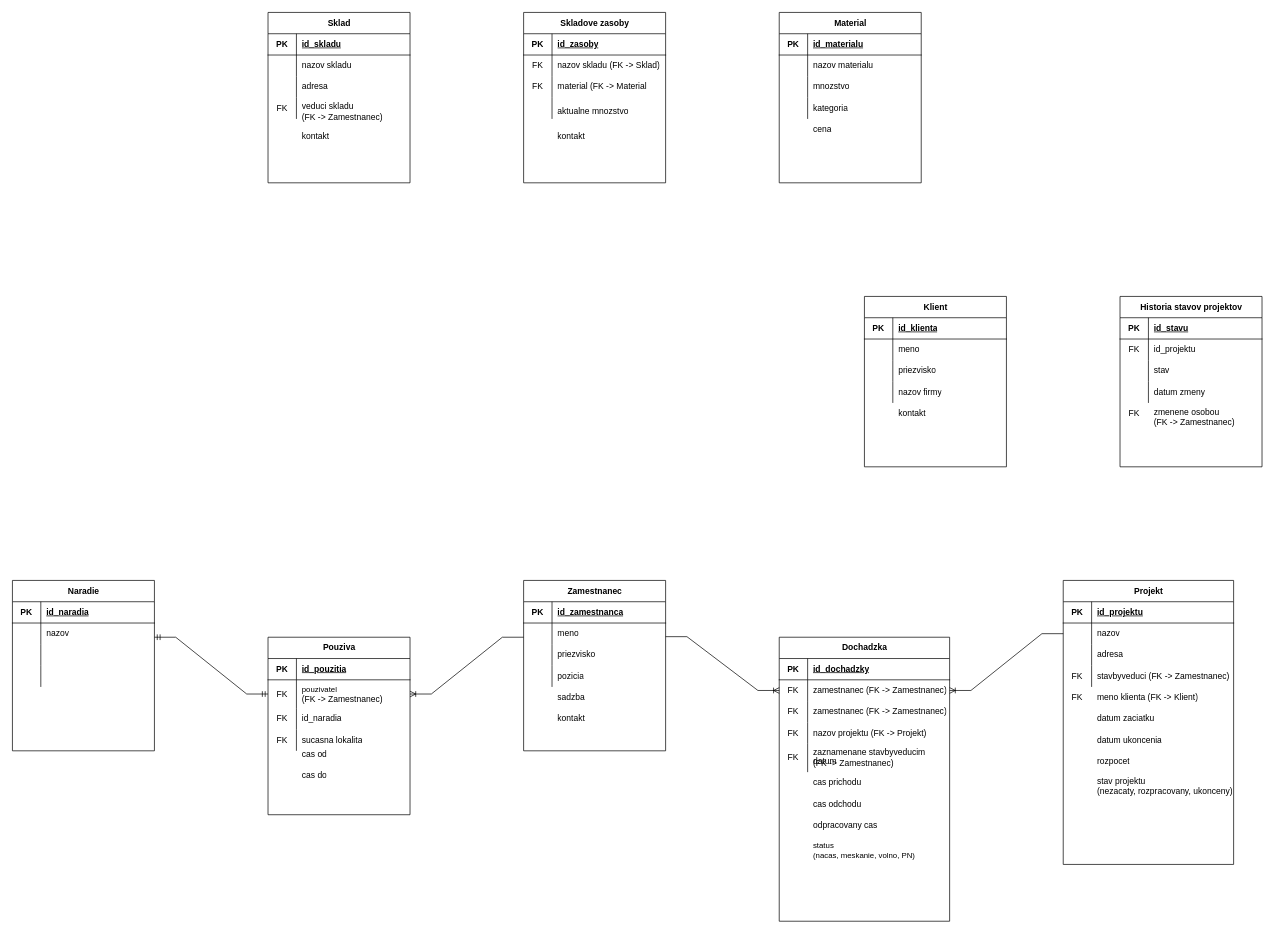
Earlier version of the draw.io diagram Untitled Diagram.drawio (Arnicek/Amcef-testovacie-zadanie). Source tidied: cells renumbered, new cells numbered last; positions are measured from the earlier drawing's top-left corner, leaving out a move shared by most shapes. Both pictures are drawn from the tidied source at 71%, with x=0, y=0 at pixel (12, 12).
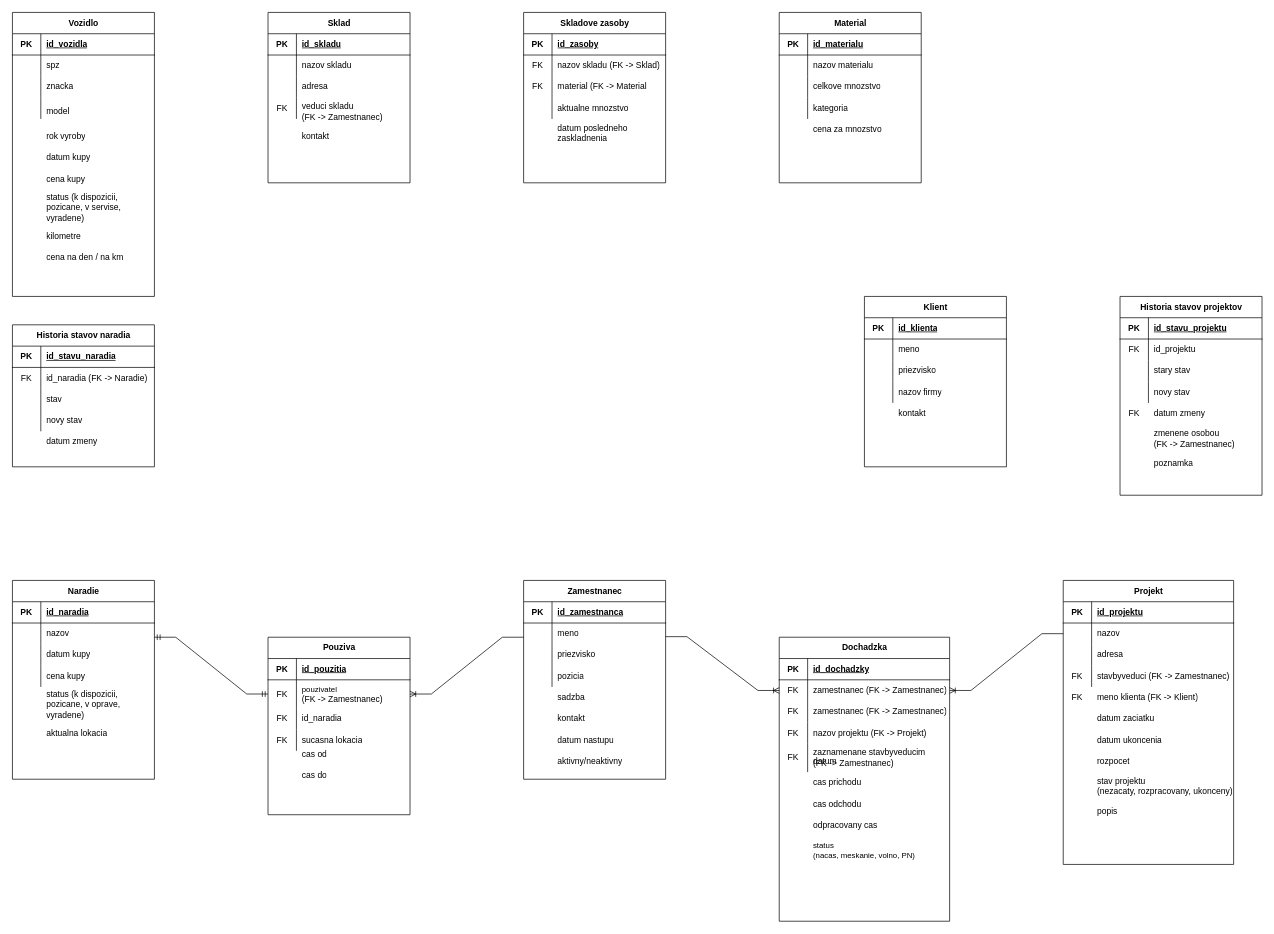
Above is the later version.

Unchanged cells that the change refers to:
```xml
<mxCell id="67" style="shape=tableRow;horizontal=0;startSize=0;swimlaneHead=0;swimlaneBody=0;fillColor=none;top=0;left=0;right=0;bottom=0;" parent="57" vertex="1">
  <mxGeometry y="130" width="200" height="30" as="geometry" />
</mxCell>
<mxCell id="79" style="shape=tableRow;horizontal=0;startSize=0;swimlaneHead=0;swimlaneBody=0;fillColor=none;top=0;left=0;right=0;bottom=0;" parent="72" vertex="1">
  <mxGeometry y="90" width="200" height="30" as="geometry" />
</mxCell>
<mxCell id="82" style="shape=tableRow;horizontal=0;startSize=0;swimlaneHead=0;swimlaneBody=0;fillColor=none;top=0;left=0;right=0;bottom=0;" parent="72" vertex="1">
  <mxGeometry y="120" width="200" height="30" as="geometry" />
</mxCell>
<mxCell id="126" style="shape=tableRow;horizontal=0;startSize=0;swimlaneHead=0;swimlaneBody=0;fillColor=none;top=0;left=0;right=0;bottom=0;" parent="119" vertex="1">
  <mxGeometry y="90" width="200" height="30" as="geometry" />
</mxCell>
<mxCell id="135" style="shape=tableRow;horizontal=0;startSize=0;swimlaneHead=0;swimlaneBody=0;fillColor=none;top=0;left=0;right=0;bottom=1;" parent="134" vertex="1">
  <mxGeometry y="30" width="200" height="30" as="geometry" />
</mxCell>
<mxCell id="141" style="shape=tableRow;horizontal=0;startSize=0;swimlaneHead=0;swimlaneBody=0;fillColor=none;top=0;left=0;right=0;bottom=0;" parent="134" vertex="1">
  <mxGeometry y="90" width="200" height="30" as="geometry" />
</mxCell>
```

Diff of the diagram source:
```diff
@@
     <mxCell id="2" value="Zamestnanec" style="shape=table;startSize=30;childLayout=tableLayout;rowLines=0;fontStyle=1;align=center;html=1;" parent="1" vertex="1">
-      <mxGeometry x="720" y="800" width="200" height="240" as="geometry" />
+      <mxGeometry x="720" y="800" width="200" height="280" as="geometry" />
     </mxCell>
@@
-    <mxCell id="69" value="sucasna lokalita" style="shape=partialRectangle;fillColor=none;top=0;left=0;bottom=0;right=0;align=left;spacingLeft=6;overflow=hidden;whiteSpace=wrap;html=1;" parent="67" vertex="1">
+    <mxCell id="69" value="sucasna lokacia" style="shape=partialRectangle;fillColor=none;top=0;left=0;bottom=0;right=0;align=left;spacingLeft=6;overflow=hidden;whiteSpace=wrap;html=1;" parent="67" vertex="1">
       <mxGeometry x="40" width="160" height="30" as="geometry" />
     </mxCell>
@@
     <mxCell id="72" value="Naradie" style="shape=table;startSize=30;childLayout=tableLayout;rowLines=0;fontStyle=1;align=center;html=1;" parent="1" vertex="1">
-      <mxGeometry y="800" width="200" height="240" as="geometry" />
+      <mxGeometry y="800" width="200" height="280" as="geometry" />
     </mxCell>
@@
-    <mxCell id="81" style="shape=partialRectangle;fillColor=none;top=0;left=0;bottom=0;right=0;align=left;spacingLeft=6;overflow=hidden;whiteSpace=wrap;html=1;" parent="79" vertex="1">
+    <mxCell id="81" value="datum kupy" style="shape=partialRectangle;fillColor=none;top=0;left=0;bottom=0;right=0;align=left;spacingLeft=6;overflow=hidden;whiteSpace=wrap;html=1;" parent="79" vertex="1">
       <mxGeometry x="40" width="160" height="30" as="geometry" />
     </mxCell>
@@
-    <mxCell id="84" style="shape=partialRectangle;fillColor=none;top=0;left=0;bottom=0;right=0;align=left;spacingLeft=6;overflow=hidden;whiteSpace=wrap;html=1;" parent="82" vertex="1">
+    <mxCell id="84" value="cena kupy" style="shape=partialRectangle;fillColor=none;top=0;left=0;bottom=0;right=0;align=left;spacingLeft=6;overflow=hidden;whiteSpace=wrap;html=1;" parent="82" vertex="1">
       <mxGeometry x="40" width="160" height="30" as="geometry" />
     </mxCell>
@@
-    <mxCell id="128" value="mnozstvo" style="shape=partialRectangle;fillColor=none;top=0;left=0;bottom=0;right=0;align=left;spacingLeft=6;overflow=hidden;whiteSpace=wrap;html=1;" parent="126" vertex="1">
+    <mxCell id="128" value="celkove mnozstvo" style="shape=partialRectangle;fillColor=none;top=0;left=0;bottom=0;right=0;align=left;spacingLeft=6;overflow=hidden;whiteSpace=wrap;html=1;" parent="126" vertex="1">
       <mxGeometry x="40" width="160" height="30" as="geometry" />
     </mxCell>
@@
-    <mxCell id="132" value="cena" style="shape=partialRectangle;fillColor=none;top=0;left=0;bottom=0;right=0;align=left;spacingLeft=6;overflow=hidden;whiteSpace=wrap;html=1;" parent="1" vertex="1">
+    <mxCell id="132" value="cena za mnozstvo" style="shape=partialRectangle;fillColor=none;top=0;left=0;bottom=0;right=0;align=left;spacingLeft=6;overflow=hidden;whiteSpace=wrap;html=1;" parent="1" vertex="1">
       <mxGeometry x="1120" y="150" width="160" height="30" as="geometry" />
     </mxCell>
@@
     <mxCell id="134" value="Historia stavov projektov" style="shape=table;startSize=30;childLayout=tableLayout;rowLines=0;fontStyle=1;align=center;html=1;" parent="1" vertex="1">
-      <mxGeometry x="1560" y="400" width="200" height="240" as="geometry" />
+      <mxGeometry x="1560" y="400" width="200" height="280" as="geometry" />
     </mxCell>
@@
-    <mxCell id="137" value="id_stavu" style="shape=partialRectangle;fillColor=none;top=0;left=0;bottom=0;right=0;align=left;spacingLeft=6;fontStyle=5;overflow=hidden;whiteSpace=wrap;html=1;" parent="135" vertex="1">
+    <mxCell id="137" value="id_stavu_projektu" style="shape=partialRectangle;fillColor=none;top=0;left=0;bottom=0;right=0;align=left;spacingLeft=6;fontStyle=5;overflow=hidden;whiteSpace=wrap;html=1;" parent="135" vertex="1">
       <mxGeometry x="40" width="160" height="30" as="geometry" />
     </mxCell>
@@
-    <mxCell id="143" value="stav" style="shape=partialRectangle;fillColor=none;top=0;left=0;bottom=0;right=0;align=left;spacingLeft=6;overflow=hidden;whiteSpace=wrap;html=1;" parent="141" vertex="1">
+    <mxCell id="143" value="stary stav" style="shape=partialRectangle;fillColor=none;top=0;left=0;bottom=0;right=0;align=left;spacingLeft=6;overflow=hidden;whiteSpace=wrap;html=1;" parent="141" vertex="1">
       <mxGeometry x="40" width="160" height="30" as="geometry" />
     </mxCell>
@@
     <mxCell id="147" value="zmenene osobou&lt;br&gt;(FK -&amp;gt; Zamestnanec)" style="shape=partialRectangle;fillColor=none;top=0;left=0;bottom=0;right=0;align=left;spacingLeft=6;overflow=hidden;whiteSpace=wrap;html=1;" parent="1" vertex="1">
-      <mxGeometry x="1600" y="550" width="160" height="40" as="geometry" />
+      <mxGeometry x="1600" y="580" width="160" height="40" as="geometry" />
     </mxCell>
@@
     <mxCell id="149" value="datum zmeny" style="shape=partialRectangle;fillColor=none;top=0;left=0;bottom=0;right=0;align=left;spacingLeft=6;overflow=hidden;whiteSpace=wrap;html=1;" parent="1" vertex="1">
-      <mxGeometry x="1600" y="520" width="160" height="30" as="geometry" />
+      <mxGeometry x="1600" y="550" width="160" height="30" as="geometry" />
     </mxCell>
@@
-    <mxCell id="163" value="kontakt" style="shape=partialRectangle;fillColor=none;top=0;left=0;bottom=0;right=0;align=left;spacingLeft=6;overflow=hidden;whiteSpace=wrap;html=1;" parent="1" vertex="1">
-      <mxGeometry x="760" y="160" width="160" height="30" as="geometry" />
-    </mxCell>
     <mxCell id="164" value="aktualne mnozstvo" style="shape=partialRectangle;fillColor=none;top=0;left=0;bottom=0;right=0;align=left;spacingLeft=6;overflow=hidden;whiteSpace=wrap;html=1;" parent="1" vertex="1">
-      <mxGeometry x="760" y="120" width="160" height="40" as="geometry" />
+      <mxGeometry x="760" y="120" width="160" height="30" as="geometry" />
     </mxCell>
+    <mxCell id="165" value="datum nastupu" style="shape=partialRectangle;fillColor=none;top=0;left=0;bottom=0;right=0;align=left;spacingLeft=6;overflow=hidden;whiteSpace=wrap;html=1;" parent="1" vertex="1">
+      <mxGeometry x="760" y="1010" width="160" height="30" as="geometry" />
+    </mxCell>
+    <mxCell id="166" value="aktivny/neaktivny" style="shape=partialRectangle;fillColor=none;top=0;left=0;bottom=0;right=0;align=left;spacingLeft=6;overflow=hidden;whiteSpace=wrap;html=1;" parent="1" vertex="1">
+      <mxGeometry x="760" y="1040" width="160" height="30" as="geometry" />
+    </mxCell>
+    <mxCell id="167" value="popis" style="shape=partialRectangle;fillColor=none;top=0;left=0;bottom=0;right=0;align=left;spacingLeft=6;overflow=hidden;whiteSpace=wrap;html=1;" parent="1" vertex="1">
+      <mxGeometry x="1520" y="1110" width="200" height="30" as="geometry" />
+    </mxCell>
+    <mxCell id="168" value="poznamka" style="shape=partialRectangle;fillColor=none;top=0;left=0;bottom=0;right=0;align=left;spacingLeft=6;overflow=hidden;whiteSpace=wrap;html=1;" parent="1" vertex="1">
+      <mxGeometry x="1600" y="620" width="160" height="30" as="geometry" />
+    </mxCell>
+    <mxCell id="169" value="novy stav" style="shape=partialRectangle;fillColor=none;top=0;left=0;bottom=0;right=0;align=left;spacingLeft=6;overflow=hidden;whiteSpace=wrap;html=1;" parent="1" vertex="1">
+      <mxGeometry x="1600" y="520" width="160" height="30" as="geometry" />
+    </mxCell>
+    <mxCell id="170" value="datum posledneho zaskladnenia" style="shape=partialRectangle;fillColor=none;top=0;left=0;bottom=0;right=0;align=left;spacingLeft=6;overflow=hidden;whiteSpace=wrap;html=1;" parent="1" vertex="1">
+      <mxGeometry x="760" y="150" width="160" height="40" as="geometry" />
+    </mxCell>
+    <mxCell id="171" value="status (k dispozicii, pozicane, v oprave, vyradene)" style="shape=partialRectangle;fillColor=none;top=0;left=0;bottom=0;right=0;align=left;spacingLeft=6;overflow=hidden;whiteSpace=wrap;html=1;" parent="1" vertex="1">
+      <mxGeometry x="40" y="950" width="160" height="50" as="geometry" />
+    </mxCell>
+    <mxCell id="172" value="aktualna lokacia" style="shape=partialRectangle;fillColor=none;top=0;left=0;bottom=0;right=0;align=left;spacingLeft=6;overflow=hidden;whiteSpace=wrap;html=1;" parent="1" vertex="1">
+      <mxGeometry x="40" y="1000" width="160" height="30" as="geometry" />
+    </mxCell>
+    <mxCell id="173" value="Historia stavov naradia" style="shape=table;startSize=30;childLayout=tableLayout;rowLines=0;fontStyle=1;align=center;html=1;" parent="1" vertex="1">
+      <mxGeometry y="440" width="200" height="200" as="geometry" />
+    </mxCell>
+    <mxCell id="174" style="shape=tableRow;horizontal=0;startSize=0;swimlaneHead=0;swimlaneBody=0;fillColor=none;top=0;left=0;right=0;bottom=1;" parent="173" vertex="1">
+      <mxGeometry y="30" width="200" height="30" as="geometry" />
+    </mxCell>
+    <mxCell id="175" value="PK" style="shape=partialRectangle;fillColor=none;top=0;left=0;bottom=0;right=0;fontStyle=1;overflow=hidden;whiteSpace=wrap;html=1;" parent="174" vertex="1">
+      <mxGeometry width="40" height="30" as="geometry" />
+    </mxCell>
+    <mxCell id="176" value="id_stavu_naradia" style="shape=partialRectangle;fillColor=none;top=0;left=0;bottom=0;right=0;align=left;spacingLeft=6;fontStyle=5;overflow=hidden;whiteSpace=wrap;html=1;" parent="174" vertex="1">
+      <mxGeometry x="40" width="160" height="30" as="geometry" />
+    </mxCell>
+    <mxCell id="177" style="shape=tableRow;horizontal=0;startSize=0;swimlaneHead=0;swimlaneBody=0;fillColor=none;top=0;left=0;right=0;bottom=0;" parent="173" vertex="1">
+      <mxGeometry y="60" width="200" height="30" as="geometry" />
+    </mxCell>
+    <mxCell id="178" value="FK" style="shape=partialRectangle;fillColor=none;top=0;left=0;bottom=0;right=0;overflow=hidden;whiteSpace=wrap;html=1;" parent="177" vertex="1">
+      <mxGeometry width="40" height="30" as="geometry" />
+    </mxCell>
+    <mxCell id="179" value="id_naradia (FK -&amp;gt; Naradie)" style="shape=partialRectangle;fillColor=none;top=0;left=0;bottom=0;right=0;align=left;spacingLeft=6;overflow=hidden;whiteSpace=wrap;html=1;" parent="177" vertex="1">
+      <mxGeometry x="40" width="160" height="30" as="geometry" />
+    </mxCell>
+    <mxCell id="180" style="shape=tableRow;horizontal=0;startSize=0;swimlaneHead=0;swimlaneBody=0;fillColor=none;top=0;left=0;right=0;bottom=0;" parent="173" vertex="1">
+      <mxGeometry y="90" width="200" height="30" as="geometry" />
+    </mxCell>
+    <mxCell id="181" style="shape=partialRectangle;fillColor=none;top=0;left=0;bottom=0;right=0;overflow=hidden;whiteSpace=wrap;html=1;" parent="180" vertex="1">
+      <mxGeometry width="40" height="30" as="geometry" />
+    </mxCell>
+    <mxCell id="182" value="stav" style="shape=partialRectangle;fillColor=none;top=0;left=0;bottom=0;right=0;align=left;spacingLeft=6;overflow=hidden;whiteSpace=wrap;html=1;" parent="180" vertex="1">
+      <mxGeometry x="40" width="160" height="30" as="geometry" />
+    </mxCell>
+    <mxCell id="183" style="shape=tableRow;horizontal=0;startSize=0;swimlaneHead=0;swimlaneBody=0;fillColor=none;top=0;left=0;right=0;bottom=0;" parent="173" vertex="1">
+      <mxGeometry y="120" width="200" height="30" as="geometry" />
+    </mxCell>
+    <mxCell id="184" style="shape=partialRectangle;fillColor=none;top=0;left=0;bottom=0;right=0;overflow=hidden;whiteSpace=wrap;html=1;" parent="183" vertex="1">
+      <mxGeometry width="40" height="30" as="geometry" />
+    </mxCell>
+    <mxCell id="185" style="shape=partialRectangle;fillColor=none;top=0;left=0;bottom=0;right=0;align=left;spacingLeft=6;overflow=hidden;whiteSpace=wrap;html=1;" parent="183" vertex="1">
+      <mxGeometry x="40" width="160" height="30" as="geometry" />
+    </mxCell>
+    <mxCell id="186" value="datum zmeny" style="shape=partialRectangle;fillColor=none;top=0;left=0;bottom=0;right=0;align=left;spacingLeft=6;overflow=hidden;whiteSpace=wrap;html=1;" parent="1" vertex="1">
+      <mxGeometry x="40" y="590" width="160" height="30" as="geometry" />
+    </mxCell>
+    <mxCell id="187" value="novy stav" style="shape=partialRectangle;fillColor=none;top=0;left=0;bottom=0;right=0;align=left;spacingLeft=6;overflow=hidden;whiteSpace=wrap;html=1;" parent="1" vertex="1">
+      <mxGeometry x="40" y="560" width="160" height="30" as="geometry" />
+    </mxCell>
+    <mxCell id="188" value="Vozidlo" style="shape=table;startSize=30;childLayout=tableLayout;rowLines=0;fontStyle=1;align=center;html=1;" parent="1" vertex="1">
+      <mxGeometry width="200" height="400" as="geometry" />
+    </mxCell>
+    <mxCell id="189" style="shape=tableRow;horizontal=0;startSize=0;swimlaneHead=0;swimlaneBody=0;fillColor=none;top=0;left=0;right=0;bottom=1;" parent="188" vertex="1">
+      <mxGeometry y="30" width="200" height="30" as="geometry" />
+    </mxCell>
+    <mxCell id="190" value="PK" style="shape=partialRectangle;fillColor=none;top=0;left=0;bottom=0;right=0;fontStyle=1;overflow=hidden;whiteSpace=wrap;html=1;" parent="189" vertex="1">
+      <mxGeometry width="40" height="30" as="geometry" />
+    </mxCell>
+    <mxCell id="191" value="id_vozidla" style="shape=partialRectangle;fillColor=none;top=0;left=0;bottom=0;right=0;align=left;spacingLeft=6;fontStyle=5;overflow=hidden;whiteSpace=wrap;html=1;" parent="189" vertex="1">
+      <mxGeometry x="40" width="160" height="30" as="geometry" />
+    </mxCell>
+    <mxCell id="192" style="shape=tableRow;horizontal=0;startSize=0;swimlaneHead=0;swimlaneBody=0;fillColor=none;top=0;left=0;right=0;bottom=0;" parent="188" vertex="1">
+      <mxGeometry y="60" width="200" height="30" as="geometry" />
+    </mxCell>
+    <mxCell id="193" style="shape=partialRectangle;fillColor=none;top=0;left=0;bottom=0;right=0;overflow=hidden;whiteSpace=wrap;html=1;" parent="192" vertex="1">
+      <mxGeometry width="40" height="30" as="geometry" />
+    </mxCell>
+    <mxCell id="194" value="spz" style="shape=partialRectangle;fillColor=none;top=0;left=0;bottom=0;right=0;align=left;spacingLeft=6;overflow=hidden;whiteSpace=wrap;html=1;" parent="192" vertex="1">
+      <mxGeometry x="40" width="160" height="30" as="geometry" />
+    </mxCell>
+    <mxCell id="195" style="shape=tableRow;horizontal=0;startSize=0;swimlaneHead=0;swimlaneBody=0;fillColor=none;top=0;left=0;right=0;bottom=0;" parent="188" vertex="1">
+      <mxGeometry y="90" width="200" height="30" as="geometry" />
+    </mxCell>
+    <mxCell id="196" style="shape=partialRectangle;fillColor=none;top=0;left=0;bottom=0;right=0;overflow=hidden;whiteSpace=wrap;html=1;" parent="195" vertex="1">
+      <mxGeometry width="40" height="30" as="geometry" />
+    </mxCell>
+    <mxCell id="197" value="znacka" style="shape=partialRectangle;fillColor=none;top=0;left=0;bottom=0;right=0;align=left;spacingLeft=6;overflow=hidden;whiteSpace=wrap;html=1;" parent="195" vertex="1">
+      <mxGeometry x="40" width="160" height="30" as="geometry" />
+    </mxCell>
+    <mxCell id="198" style="shape=tableRow;horizontal=0;startSize=0;swimlaneHead=0;swimlaneBody=0;fillColor=none;top=0;left=0;right=0;bottom=0;" parent="188" vertex="1">
+      <mxGeometry y="120" width="200" height="30" as="geometry" />
+    </mxCell>
+    <mxCell id="199" style="shape=partialRectangle;fillColor=none;top=0;left=0;bottom=0;right=0;overflow=hidden;whiteSpace=wrap;html=1;" parent="198" vertex="1">
+      <mxGeometry width="40" height="30" as="geometry" />
+    </mxCell>
+    <mxCell id="200" style="shape=partialRectangle;fillColor=none;top=0;left=0;bottom=0;right=0;align=left;spacingLeft=6;overflow=hidden;whiteSpace=wrap;html=1;" parent="198" vertex="1">
+      <mxGeometry x="40" width="160" height="30" as="geometry" />
+    </mxCell>
+    <mxCell id="201" value="rok vyroby" style="shape=partialRectangle;fillColor=none;top=0;left=0;bottom=0;right=0;align=left;spacingLeft=6;overflow=hidden;whiteSpace=wrap;html=1;" parent="1" vertex="1">
+      <mxGeometry x="40" y="160" width="160" height="30" as="geometry" />
+    </mxCell>
+    <mxCell id="202" value="model" style="shape=partialRectangle;fillColor=none;top=0;left=0;bottom=0;right=0;align=left;spacingLeft=6;overflow=hidden;whiteSpace=wrap;html=1;" parent="1" vertex="1">
+      <mxGeometry x="40" y="120" width="160" height="40" as="geometry" />
+    </mxCell>
+    <mxCell id="203" value="datum kupy" style="shape=partialRectangle;fillColor=none;top=0;left=0;bottom=0;right=0;align=left;spacingLeft=6;overflow=hidden;whiteSpace=wrap;html=1;" parent="1" vertex="1">
+      <mxGeometry x="40" y="190" width="160" height="30" as="geometry" />
+    </mxCell>
+    <mxCell id="204" value="cena kupy" style="shape=partialRectangle;fillColor=none;top=0;left=0;bottom=0;right=0;align=left;spacingLeft=6;overflow=hidden;whiteSpace=wrap;html=1;" parent="1" vertex="1">
+      <mxGeometry x="40" y="220" width="160" height="30" as="geometry" />
+    </mxCell>
+    <mxCell id="205" value="status (k dispozicii, pozicane, v servise, vyradene)" style="shape=partialRectangle;fillColor=none;top=0;left=0;bottom=0;right=0;align=left;spacingLeft=6;overflow=hidden;whiteSpace=wrap;html=1;" parent="1" vertex="1">
+      <mxGeometry x="40" y="250" width="160" height="50" as="geometry" />
+    </mxCell>
+    <mxCell id="206" value="kilometre" style="shape=partialRectangle;fillColor=none;top=0;left=0;bottom=0;right=0;align=left;spacingLeft=6;overflow=hidden;whiteSpace=wrap;html=1;" parent="1" vertex="1">
+      <mxGeometry x="40" y="300" width="160" height="30" as="geometry" />
+    </mxCell>
+    <mxCell id="207" value="cena na den / na km" style="shape=partialRectangle;fillColor=none;top=0;left=0;bottom=0;right=0;align=left;spacingLeft=6;overflow=hidden;whiteSpace=wrap;html=1;" parent="1" vertex="1">
+      <mxGeometry x="40" y="330" width="160" height="30" as="geometry" />
+    </mxCell>
```
